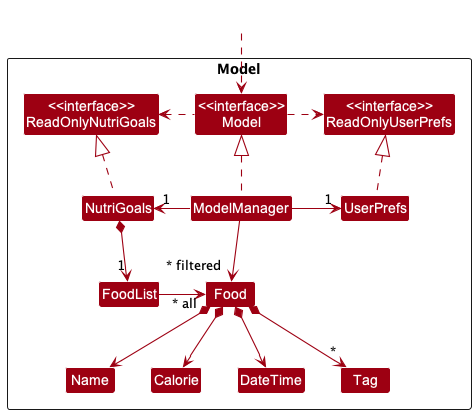
The PlantUML diagram docs/images/ModelClassDiagram.png in nus-cs2103-AY2223S1/tp, before a commit.
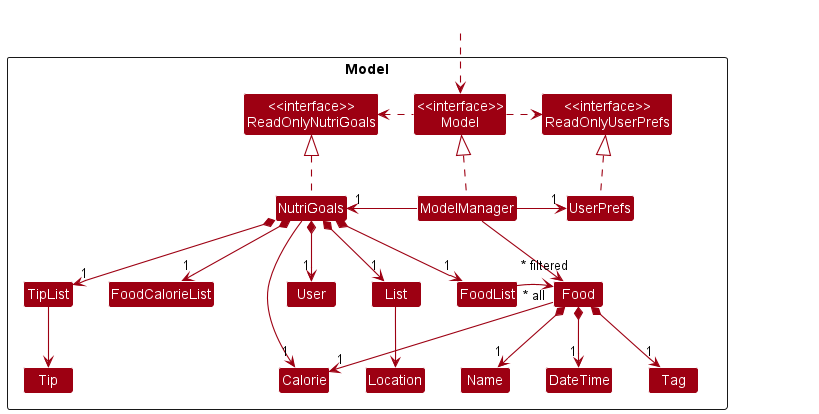
After the change.

Commit message:
Update UI and Model components in dg

Diff of the diagram source:
```diff
@@ -13,11 +13,18 @@
 Class UserPrefs
 
 Class FoodList
+Class FoodCalorieList
+Class TipList
+Class User
+Class Calorie
+Class List
 Class Food
 Class DateTime
 Class Name
 Class Calorie
 Class Tag
+Class Tip
+Class Location
 
 }
 
@@ -34,15 +41,29 @@
 UserPrefs .up.|> ReadOnlyUserPrefs
 
 NutriGoals *--> "1" FoodList
-FoodList -right-> "~* all" Food
-Food *--> Name
-Food *--> Calorie
-Food *--> DateTime
-Food *--> "*" Tag
+NutriGoals *--> "1" FoodCalorieList
+NutriGoals *--> "1" TipList
+NutriGoals *--> "1" User
+NutriGoals --> "1" Calorie
+NutriGoals *--> "1" List
+FoodList -[hidden]left-> Food
+Food *--> "1" Name
+Food --> "1" Calorie
+Food *--> "1" DateTime
+Food *--> "1" Tag
+TipList --> Tip
+List --> Location
 
 Name -[hidden]right-> Calorie
 Calorie -[hidden]right-> DateTime
 DateTime -[hidden]right-> Tag
+Food -[hidden]left-> Food
+Food -[hidden]left-> Food
+Food -[hidden]left-> Food
+Food -[hidden]left-> Food
+Food -[hidden]left-> Food
+Food -[hidden]left-> Food
+FoodList -left-> "~* all" Food
 
 ModelManager -->"~* filtered" Food
 @enduml
```
